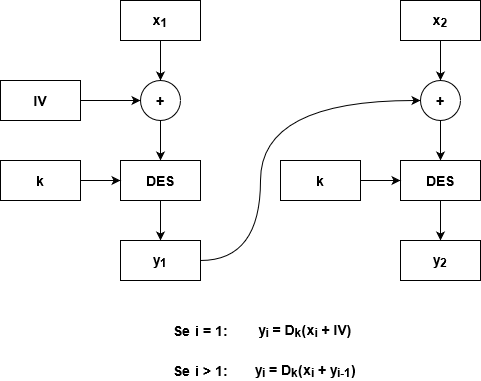
Before: img/descbc.png, a diagram exported from draw.io (AlbertoSpinella/des-3des-js). Source tidied: cells renumbered, new cells last; positions are measured from the earlier drawing's top-left corner, leaving out a move shared by most shapes. Its diagram source:
```xml
<mxGraphModel background="#ffffff">
  <root>
    <mxCell id="0" />
    <mxCell id="1" parent="0" />
    <mxCell id="2" style="edgeStyle=orthogonalEdgeStyle;rounded=0;jettySize=auto;html=1;entryX=0.5;entryY=0;entryDx=0;entryDy=0;" parent="1" edge="1" source="3" target="5">
      <mxGeometry relative="1" as="geometry" />
    </mxCell>
    <mxCell id="3" value="&lt;font style=&quot;font-size: 14px&quot;&gt;&lt;b&gt;x&lt;sub&gt;1&lt;/sub&gt;&lt;/b&gt;&lt;/font&gt;" style="rounded=0;whiteSpace=wrap;html=1;" parent="1" vertex="1">
      <mxGeometry x="120" width="80" height="40" as="geometry" />
    </mxCell>
    <mxCell id="4" style="edgeStyle=orthogonalEdgeStyle;rounded=0;jettySize=auto;html=1;entryX=0.5;entryY=0;entryDx=0;entryDy=0;" parent="1" edge="1" source="5" target="7">
      <mxGeometry relative="1" as="geometry" />
    </mxCell>
    <mxCell id="5" value="&lt;font style=&quot;font-size: 14px&quot;&gt;&lt;b&gt;+&lt;/b&gt;&lt;/font&gt;" style="ellipse;whiteSpace=wrap;html=1;" parent="1" vertex="1">
      <mxGeometry x="140" y="80" width="40" height="40" as="geometry" />
    </mxCell>
    <mxCell id="6" style="edgeStyle=orthogonalEdgeStyle;rounded=0;jettySize=auto;html=1;entryX=0.5;entryY=0;entryDx=0;entryDy=0;" parent="1" edge="1" source="7" target="13">
      <mxGeometry relative="1" as="geometry" />
    </mxCell>
    <mxCell id="7" value="&lt;font style=&quot;font-size: 14px&quot;&gt;&lt;b&gt;DES&lt;/b&gt;&lt;/font&gt;" style="rounded=0;whiteSpace=wrap;html=1;" parent="1" vertex="1">
      <mxGeometry x="120" y="160" width="80" height="40" as="geometry" />
    </mxCell>
    <mxCell id="8" style="edgeStyle=orthogonalEdgeStyle;rounded=0;jettySize=auto;html=1;entryX=0;entryY=0.5;entryDx=0;entryDy=0;" parent="1" edge="1" source="9" target="5">
      <mxGeometry relative="1" as="geometry" />
    </mxCell>
    <mxCell id="9" value="&lt;font style=&quot;font-size: 14px&quot;&gt;&lt;b&gt;IV&lt;/b&gt;&lt;/font&gt;" style="rounded=0;whiteSpace=wrap;html=1;" parent="1" vertex="1">
      <mxGeometry y="80" width="80" height="40" as="geometry" />
    </mxCell>
    <mxCell id="10" style="edgeStyle=orthogonalEdgeStyle;rounded=0;jettySize=auto;html=1;entryX=0;entryY=0.5;entryDx=0;entryDy=0;" parent="1" edge="1" source="11" target="7">
      <mxGeometry relative="1" as="geometry" />
    </mxCell>
    <mxCell id="11" value="&lt;font style=&quot;font-size: 14px&quot;&gt;&lt;b&gt;k&lt;/b&gt;&lt;/font&gt;" style="rounded=0;whiteSpace=wrap;html=1;" parent="1" vertex="1">
      <mxGeometry y="160" width="80" height="40" as="geometry" />
    </mxCell>
    <mxCell id="12" style="edgeStyle=orthogonalEdgeStyle;rounded=0;jettySize=auto;html=1;entryX=0;entryY=0.5;entryDx=0;entryDy=0;curved=1;" parent="1" edge="1" source="13" target="17">
      <mxGeometry relative="1" as="geometry">
        <Array as="points">
          <mxPoint x="260" y="260" />
          <mxPoint x="260" y="100" />
        </Array>
      </mxGeometry>
    </mxCell>
    <mxCell id="13" value="&lt;font style=&quot;font-size: 14px&quot;&gt;&lt;b&gt;y&lt;sub&gt;1&lt;/sub&gt;&lt;/b&gt;&lt;/font&gt;" style="rounded=0;whiteSpace=wrap;html=1;" parent="1" vertex="1">
      <mxGeometry x="120" y="240" width="80" height="40" as="geometry" />
    </mxCell>
    <mxCell id="14" style="edgeStyle=orthogonalEdgeStyle;rounded=0;jettySize=auto;html=1;entryX=0.5;entryY=0;entryDx=0;entryDy=0;" parent="1" edge="1" source="15" target="17">
      <mxGeometry relative="1" as="geometry" />
    </mxCell>
    <mxCell id="15" value="&lt;font style=&quot;font-size: 14px&quot;&gt;&lt;b&gt;x&lt;sub&gt;2&lt;/sub&gt;&lt;/b&gt;&lt;/font&gt;" style="rounded=0;whiteSpace=wrap;html=1;" parent="1" vertex="1">
      <mxGeometry x="400" width="80" height="40" as="geometry" />
    </mxCell>
    <mxCell id="16" style="edgeStyle=orthogonalEdgeStyle;rounded=0;jettySize=auto;html=1;entryX=0.5;entryY=0;entryDx=0;entryDy=0;" parent="1" edge="1" source="17" target="19">
      <mxGeometry relative="1" as="geometry" />
    </mxCell>
    <mxCell id="17" value="&lt;font style=&quot;font-size: 14px&quot;&gt;&lt;b&gt;+&lt;/b&gt;&lt;/font&gt;" style="ellipse;whiteSpace=wrap;html=1;" parent="1" vertex="1">
      <mxGeometry x="420" y="80" width="40" height="40" as="geometry" />
    </mxCell>
    <mxCell id="18" style="edgeStyle=orthogonalEdgeStyle;rounded=0;jettySize=auto;html=1;entryX=0.5;entryY=0;entryDx=0;entryDy=0;" parent="1" edge="1" source="19" target="22">
      <mxGeometry relative="1" as="geometry" />
    </mxCell>
    <mxCell id="19" value="&lt;font style=&quot;font-size: 14px&quot;&gt;&lt;b&gt;DES&lt;/b&gt;&lt;/font&gt;" style="rounded=0;whiteSpace=wrap;html=1;" parent="1" vertex="1">
      <mxGeometry x="400" y="160" width="80" height="40" as="geometry" />
    </mxCell>
    <mxCell id="20" style="edgeStyle=orthogonalEdgeStyle;rounded=0;jettySize=auto;html=1;entryX=0;entryY=0.5;entryDx=0;entryDy=0;" parent="1" edge="1" source="21" target="19">
      <mxGeometry relative="1" as="geometry" />
    </mxCell>
    <mxCell id="21" value="&lt;font style=&quot;font-size: 14px&quot;&gt;&lt;b&gt;k&lt;/b&gt;&lt;/font&gt;" style="rounded=0;whiteSpace=wrap;html=1;" parent="1" vertex="1">
      <mxGeometry x="280" y="160" width="80" height="40" as="geometry" />
    </mxCell>
    <mxCell id="22" value="&lt;font style=&quot;font-size: 14px&quot;&gt;&lt;b&gt;y&lt;sub&gt;2&lt;/sub&gt;&lt;/b&gt;&lt;/font&gt;" style="rounded=0;whiteSpace=wrap;html=1;" parent="1" vertex="1">
      <mxGeometry x="400" y="240" width="80" height="40" as="geometry" />
    </mxCell>
    <mxCell id="23" value="&lt;div&gt;&lt;font style=&quot;font-size: 14px&quot;&gt;&lt;b&gt;Se i = 1:&lt;/b&gt;&lt;/font&gt;&lt;/div&gt;" style="text;html=1;strokeColor=none;fillColor=none;align=center;verticalAlign=middle;whiteSpace=wrap;rounded=0;" parent="1" vertex="1">
      <mxGeometry x="160" y="320" width="80" height="20" as="geometry" />
    </mxCell>
    <mxCell id="24" value="&lt;font style=&quot;font-size: 14px&quot;&gt;&lt;b&gt;y&lt;sub&gt;i&lt;/sub&gt; = D&lt;sub&gt;k&lt;/sub&gt;(x&lt;sub&gt;i&lt;/sub&gt; + IV)&lt;/b&gt;&lt;/font&gt;" style="text;html=1;strokeColor=none;fillColor=none;align=center;verticalAlign=middle;whiteSpace=wrap;rounded=0;" parent="1" vertex="1">
      <mxGeometry x="230" y="320" width="150" height="20" as="geometry" />
    </mxCell>
    <mxCell id="25" value="&lt;font style=&quot;font-size: 14px&quot;&gt;&lt;b&gt;y&lt;sub&gt;i&lt;/sub&gt; = D&lt;sub&gt;k&lt;/sub&gt;(x&lt;sub&gt;i&lt;/sub&gt; + y&lt;sub&gt;i-1&lt;/sub&gt;)&lt;/b&gt;&lt;/font&gt;" style="text;html=1;align=center;verticalAlign=middle;strokeColor=none;" parent="1" vertex="1">
      <mxGeometry x="245" y="360" width="120" height="20" as="geometry" />
    </mxCell>
    <mxCell id="26" value="&lt;div&gt;&lt;font style=&quot;font-size: 14px&quot;&gt;&lt;b&gt;Se i &amp;gt; 1:&lt;/b&gt;&lt;/font&gt;&lt;/div&gt;" style="text;html=1;strokeColor=none;fillColor=none;align=center;verticalAlign=middle;whiteSpace=wrap;rounded=0;" parent="1" vertex="1">
      <mxGeometry x="160" y="360" width="80" height="20" as="geometry" />
    </mxCell>
  </root>
</mxGraphModel>
```
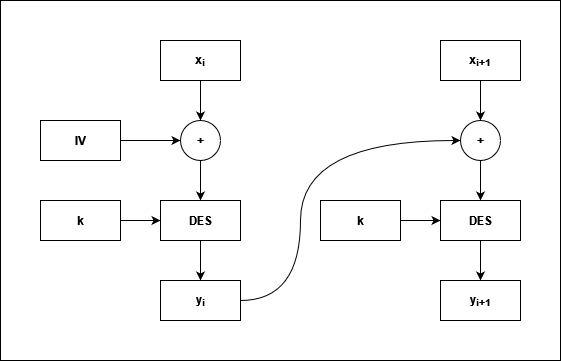
After the change.

The edit, as a diff of the source:
```diff
@@ -1,86 +1,77 @@
-<mxGraphModel background="#ffffff">
+<mxGraphModel>
   <root>
     <mxCell id="0" />
     <mxCell id="1" parent="0" />
-    <mxCell id="2" style="edgeStyle=orthogonalEdgeStyle;rounded=0;jettySize=auto;html=1;entryX=0.5;entryY=0;entryDx=0;entryDy=0;" parent="1" edge="1" source="3" target="5">
-      <mxGeometry relative="1" as="geometry" />
-    </mxCell>
-    <mxCell id="3" value="&lt;font style=&quot;font-size: 14px&quot;&gt;&lt;b&gt;x&lt;sub&gt;1&lt;/sub&gt;&lt;/b&gt;&lt;/font&gt;" style="rounded=0;whiteSpace=wrap;html=1;" parent="1" vertex="1">
-      <mxGeometry x="120" width="80" height="40" as="geometry" />
-    </mxCell>
-    <mxCell id="4" style="edgeStyle=orthogonalEdgeStyle;rounded=0;jettySize=auto;html=1;entryX=0.5;entryY=0;entryDx=0;entryDy=0;" parent="1" edge="1" source="5" target="7">
-      <mxGeometry relative="1" as="geometry" />
-    </mxCell>
-    <mxCell id="5" value="&lt;font style=&quot;font-size: 14px&quot;&gt;&lt;b&gt;+&lt;/b&gt;&lt;/font&gt;" style="ellipse;whiteSpace=wrap;html=1;" parent="1" vertex="1">
-      <mxGeometry x="140" y="80" width="40" height="40" as="geometry" />
-    </mxCell>
-    <mxCell id="6" style="edgeStyle=orthogonalEdgeStyle;rounded=0;jettySize=auto;html=1;entryX=0.5;entryY=0;entryDx=0;entryDy=0;" parent="1" edge="1" source="7" target="13">
-      <mxGeometry relative="1" as="geometry" />
-    </mxCell>
-    <mxCell id="7" value="&lt;font style=&quot;font-size: 14px&quot;&gt;&lt;b&gt;DES&lt;/b&gt;&lt;/font&gt;" style="rounded=0;whiteSpace=wrap;html=1;" parent="1" vertex="1">
-      <mxGeometry x="120" y="160" width="80" height="40" as="geometry" />
-    </mxCell>
-    <mxCell id="8" style="edgeStyle=orthogonalEdgeStyle;rounded=0;jettySize=auto;html=1;entryX=0;entryY=0.5;entryDx=0;entryDy=0;" parent="1" edge="1" source="9" target="5">
-      <mxGeometry relative="1" as="geometry" />
-    </mxCell>
+    <mxCell id="27" style="rounded=0;whiteSpace=wrap;html=1;" parent="1" vertex="1">
+      <mxGeometry x="-40" y="-40" width="560" height="360" as="geometry" />
+    </mxCell>
+    <mxCell id="28" style="edgeStyle=orthogonalEdgeStyle;rounded=0;jettySize=auto;html=1;entryX=0.5;entryY=0;entryDx=0;entryDy=0;fontStyle=1;" parent="1" edge="1" source="29" target="45">
+      <mxGeometry relative="1" as="geometry" />
+    </mxCell>
+    <mxCell id="29" value="x&lt;sub&gt;i&lt;/sub&gt;" style="rounded=0;whiteSpace=wrap;html=1;fontStyle=1;" parent="1" vertex="1">
+      <mxGeometry x="120" width="80" height="40" as="geometry" />
+    </mxCell>
+    <mxCell id="30" style="edgeStyle=orthogonalEdgeStyle;rounded=0;jettySize=auto;html=1;entryX=0.5;entryY=0;entryDx=0;entryDy=0;fontStyle=1;" parent="1" edge="1" source="31" target="33">
+      <mxGeometry relative="1" as="geometry" />
+    </mxCell>
+    <mxCell id="31" value="DES" style="rounded=0;whiteSpace=wrap;html=1;fontStyle=1;" parent="1" vertex="1">
+      <mxGeometry x="120" y="160" width="80" height="40" as="geometry" />
+    </mxCell>
+    <mxCell id="32" style="edgeStyle=orthogonalEdgeStyle;jettySize=auto;html=1;entryX=0;entryY=0.5;entryDx=0;entryDy=0;curved=1;fontStyle=1;" parent="1" edge="1" source="33" target="47">
+      <mxGeometry relative="1" as="geometry">
+        <Array as="points">
+          <mxPoint x="260" y="260" />
+          <mxPoint x="260" y="100" />
+        </Array>
+      </mxGeometry>
+    </mxCell>
+    <mxCell id="33" value="y&lt;sub&gt;i&lt;/sub&gt;" style="rounded=0;whiteSpace=wrap;html=1;fontStyle=1;" parent="1" vertex="1">
+      <mxGeometry x="120" y="240" width="80" height="40" as="geometry" />
+    </mxCell>
+    <mxCell id="34" style="edgeStyle=orthogonalEdgeStyle;rounded=0;jettySize=auto;html=1;entryX=0;entryY=0.5;entryDx=0;entryDy=0;fontStyle=1;" parent="1" edge="1" source="35" target="31">
+      <mxGeometry relative="1" as="geometry" />
+    </mxCell>
+    <mxCell id="35" value="k" style="rounded=0;whiteSpace=wrap;html=1;fontStyle=1;" parent="1" vertex="1">
+      <mxGeometry y="160" width="80" height="40" as="geometry" />
+    </mxCell>
+    <mxCell id="36" style="edgeStyle=orthogonalEdgeStyle;rounded=0;jettySize=auto;html=1;entryX=0;entryY=0.5;entryDx=0;entryDy=0;fontStyle=1;" parent="1" edge="1" source="9" target="45">
+      <mxGeometry relative="1" as="geometry" />
+    </mxCell>
-    <mxCell id="9" value="&lt;font style=&quot;font-size: 14px&quot;&gt;&lt;b&gt;IV&lt;/b&gt;&lt;/font&gt;" style="rounded=0;whiteSpace=wrap;html=1;" parent="1" vertex="1">
+    <mxCell id="9" value="IV" style="rounded=0;whiteSpace=wrap;html=1;fontStyle=1;" parent="1" vertex="1">
       <mxGeometry y="80" width="80" height="40" as="geometry" />
     </mxCell>
-    <mxCell id="10" style="edgeStyle=orthogonalEdgeStyle;rounded=0;jettySize=auto;html=1;entryX=0;entryY=0.5;entryDx=0;entryDy=0;" parent="1" edge="1" source="11" target="7">
-      <mxGeometry relative="1" as="geometry" />
-    </mxCell>
-    <mxCell id="11" value="&lt;font style=&quot;font-size: 14px&quot;&gt;&lt;b&gt;k&lt;/b&gt;&lt;/font&gt;" style="rounded=0;whiteSpace=wrap;html=1;" parent="1" vertex="1">
-      <mxGeometry y="160" width="80" height="40" as="geometry" />
-    </mxCell>
-    <mxCell id="12" style="edgeStyle=orthogonalEdgeStyle;rounded=0;jettySize=auto;html=1;entryX=0;entryY=0.5;entryDx=0;entryDy=0;curved=1;" parent="1" edge="1" source="13" target="17">
-      <mxGeometry relative="1" as="geometry">
-        <Array as="points">
-          <mxPoint x="260" y="260" />
-          <mxPoint x="260" y="100" />
-        </Array>
-      </mxGeometry>
-    </mxCell>
-    <mxCell id="13" value="&lt;font style=&quot;font-size: 14px&quot;&gt;&lt;b&gt;y&lt;sub&gt;1&lt;/sub&gt;&lt;/b&gt;&lt;/font&gt;" style="rounded=0;whiteSpace=wrap;html=1;" parent="1" vertex="1">
-      <mxGeometry x="120" y="240" width="80" height="40" as="geometry" />
-    </mxCell>
-    <mxCell id="14" style="edgeStyle=orthogonalEdgeStyle;rounded=0;jettySize=auto;html=1;entryX=0.5;entryY=0;entryDx=0;entryDy=0;" parent="1" edge="1" source="15" target="17">
-      <mxGeometry relative="1" as="geometry" />
-    </mxCell>
-    <mxCell id="15" value="&lt;font style=&quot;font-size: 14px&quot;&gt;&lt;b&gt;x&lt;sub&gt;2&lt;/sub&gt;&lt;/b&gt;&lt;/font&gt;" style="rounded=0;whiteSpace=wrap;html=1;" parent="1" vertex="1">
-      <mxGeometry x="400" width="80" height="40" as="geometry" />
-    </mxCell>
-    <mxCell id="16" style="edgeStyle=orthogonalEdgeStyle;rounded=0;jettySize=auto;html=1;entryX=0.5;entryY=0;entryDx=0;entryDy=0;" parent="1" edge="1" source="17" target="19">
-      <mxGeometry relative="1" as="geometry" />
-    </mxCell>
-    <mxCell id="17" value="&lt;font style=&quot;font-size: 14px&quot;&gt;&lt;b&gt;+&lt;/b&gt;&lt;/font&gt;" style="ellipse;whiteSpace=wrap;html=1;" parent="1" vertex="1">
-      <mxGeometry x="420" y="80" width="40" height="40" as="geometry" />
-    </mxCell>
-    <mxCell id="18" style="edgeStyle=orthogonalEdgeStyle;rounded=0;jettySize=auto;html=1;entryX=0.5;entryY=0;entryDx=0;entryDy=0;" parent="1" edge="1" source="19" target="22">
-      <mxGeometry relative="1" as="geometry" />
-    </mxCell>
-    <mxCell id="19" value="&lt;font style=&quot;font-size: 14px&quot;&gt;&lt;b&gt;DES&lt;/b&gt;&lt;/font&gt;" style="rounded=0;whiteSpace=wrap;html=1;" parent="1" vertex="1">
-      <mxGeometry x="400" y="160" width="80" height="40" as="geometry" />
-    </mxCell>
-    <mxCell id="20" style="edgeStyle=orthogonalEdgeStyle;rounded=0;jettySize=auto;html=1;entryX=0;entryY=0.5;entryDx=0;entryDy=0;" parent="1" edge="1" source="21" target="19">
-      <mxGeometry relative="1" as="geometry" />
-    </mxCell>
-    <mxCell id="21" value="&lt;font style=&quot;font-size: 14px&quot;&gt;&lt;b&gt;k&lt;/b&gt;&lt;/font&gt;" style="rounded=0;whiteSpace=wrap;html=1;" parent="1" vertex="1">
-      <mxGeometry x="280" y="160" width="80" height="40" as="geometry" />
-    </mxCell>
-    <mxCell id="22" value="&lt;font style=&quot;font-size: 14px&quot;&gt;&lt;b&gt;y&lt;sub&gt;2&lt;/sub&gt;&lt;/b&gt;&lt;/font&gt;" style="rounded=0;whiteSpace=wrap;html=1;" parent="1" vertex="1">
-      <mxGeometry x="400" y="240" width="80" height="40" as="geometry" />
-    </mxCell>
-    <mxCell id="23" value="&lt;div&gt;&lt;font style=&quot;font-size: 14px&quot;&gt;&lt;b&gt;Se i = 1:&lt;/b&gt;&lt;/font&gt;&lt;/div&gt;" style="text;html=1;strokeColor=none;fillColor=none;align=center;verticalAlign=middle;whiteSpace=wrap;rounded=0;" parent="1" vertex="1">
-      <mxGeometry x="160" y="320" width="80" height="20" as="geometry" />
-    </mxCell>
-    <mxCell id="24" value="&lt;font style=&quot;font-size: 14px&quot;&gt;&lt;b&gt;y&lt;sub&gt;i&lt;/sub&gt; = D&lt;sub&gt;k&lt;/sub&gt;(x&lt;sub&gt;i&lt;/sub&gt; + IV)&lt;/b&gt;&lt;/font&gt;" style="text;html=1;strokeColor=none;fillColor=none;align=center;verticalAlign=middle;whiteSpace=wrap;rounded=0;" parent="1" vertex="1">
-      <mxGeometry x="230" y="320" width="150" height="20" as="geometry" />
-    </mxCell>
-    <mxCell id="25" value="&lt;font style=&quot;font-size: 14px&quot;&gt;&lt;b&gt;y&lt;sub&gt;i&lt;/sub&gt; = D&lt;sub&gt;k&lt;/sub&gt;(x&lt;sub&gt;i&lt;/sub&gt; + y&lt;sub&gt;i-1&lt;/sub&gt;)&lt;/b&gt;&lt;/font&gt;" style="text;html=1;align=center;verticalAlign=middle;strokeColor=none;" parent="1" vertex="1">
-      <mxGeometry x="245" y="360" width="120" height="20" as="geometry" />
-    </mxCell>
-    <mxCell id="26" value="&lt;div&gt;&lt;font style=&quot;font-size: 14px&quot;&gt;&lt;b&gt;Se i &amp;gt; 1:&lt;/b&gt;&lt;/font&gt;&lt;/div&gt;" style="text;html=1;strokeColor=none;fillColor=none;align=center;verticalAlign=middle;whiteSpace=wrap;rounded=0;" parent="1" vertex="1">
-      <mxGeometry x="160" y="360" width="80" height="20" as="geometry" />
-    </mxCell>
+    <mxCell id="37" style="edgeStyle=orthogonalEdgeStyle;curved=1;jettySize=auto;html=1;entryX=0.5;entryY=0;entryDx=0;entryDy=0;fontStyle=1;" parent="1" edge="1" source="38" target="43">
+      <mxGeometry relative="1" as="geometry" />
+    </mxCell>
+    <mxCell id="38" value="DES" style="rounded=0;whiteSpace=wrap;html=1;fontStyle=1;" parent="1" vertex="1">
+      <mxGeometry x="400" y="160" width="80" height="40" as="geometry" />
+    </mxCell>
+    <mxCell id="39" style="edgeStyle=orthogonalEdgeStyle;curved=1;jettySize=auto;html=1;entryX=0;entryY=0.5;entryDx=0;entryDy=0;fontStyle=1;" parent="1" edge="1" source="40" target="38">
+      <mxGeometry relative="1" as="geometry" />
+    </mxCell>
+    <mxCell id="40" value="k" style="rounded=0;whiteSpace=wrap;html=1;fontStyle=1;" parent="1" vertex="1">
+      <mxGeometry x="280" y="160" width="80" height="40" as="geometry" />
+    </mxCell>
+    <mxCell id="41" style="edgeStyle=orthogonalEdgeStyle;curved=1;jettySize=auto;html=1;entryX=0.5;entryY=0;entryDx=0;entryDy=0;fontStyle=1;" parent="1" edge="1" source="42" target="47">
+      <mxGeometry relative="1" as="geometry" />
+    </mxCell>
+    <mxCell id="42" value="x&lt;sub&gt;i+1&lt;/sub&gt;" style="rounded=0;whiteSpace=wrap;html=1;fontStyle=1;" parent="1" vertex="1">
+      <mxGeometry x="400" width="80" height="40" as="geometry" />
+    </mxCell>
+    <mxCell id="43" value="y&lt;sub&gt;i+1&lt;/sub&gt;" style="rounded=0;whiteSpace=wrap;html=1;fontStyle=1;" parent="1" vertex="1">
+      <mxGeometry x="400" y="240" width="80" height="40" as="geometry" />
+    </mxCell>
+    <mxCell id="44" style="edgeStyle=orthogonalEdgeStyle;rounded=0;jettySize=auto;html=1;entryX=0.5;entryY=0;entryDx=0;entryDy=0;fontStyle=1;" parent="1" edge="1" source="45" target="31">
+      <mxGeometry relative="1" as="geometry" />
+    </mxCell>
+    <mxCell id="45" value="+" style="ellipse;whiteSpace=wrap;html=1;fontStyle=1;" parent="1" vertex="1">
+      <mxGeometry x="140" y="80" width="40" height="40" as="geometry" />
+    </mxCell>
+    <mxCell id="46" style="edgeStyle=orthogonalEdgeStyle;curved=1;jettySize=auto;html=1;entryX=0.5;entryY=0;entryDx=0;entryDy=0;fontStyle=1;" parent="1" edge="1" source="47" target="38">
+      <mxGeometry relative="1" as="geometry" />
+    </mxCell>
+    <mxCell id="47" value="+" style="ellipse;whiteSpace=wrap;html=1;fontStyle=1;" parent="1" vertex="1">
+      <mxGeometry x="420" y="80" width="40" height="40" as="geometry" />
+    </mxCell>
   </root>
 </mxGraphModel>
```
